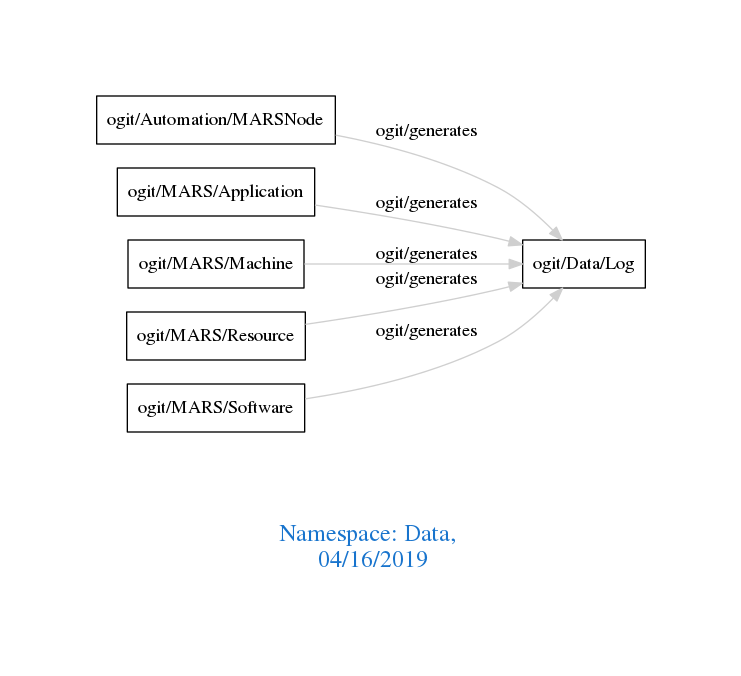
The Graphviz diagram downloads/Data.png in arago/OGIT, before a commit. Its source is kept beside it as downloads/Data.dot.
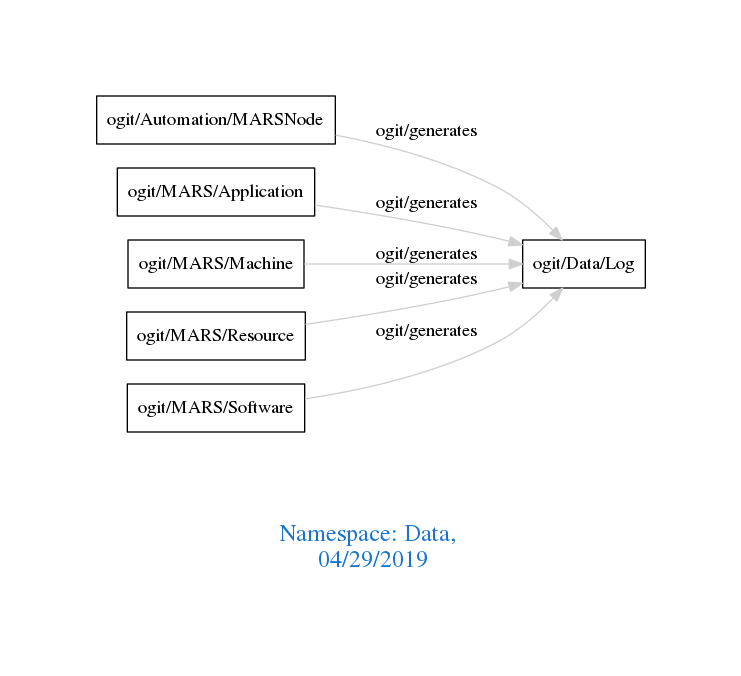
The same file after the commit.

Diff of the diagram source:
```diff
@@ -1,7 +1,7 @@
 digraph OGIT_ontology {
  graph [ rankdir= LR,pad=1
 fontsize = 18,
-fontcolor= dodgerblue3,label = "\n\n\nNamespace: Data, \n 04/16/2019"];
+fontcolor= dodgerblue3,label = "\n\n\nNamespace: Data, \n 04/29/2019"];
 node[shape=polygon];
 edge [  color="gray81"];
 
```
